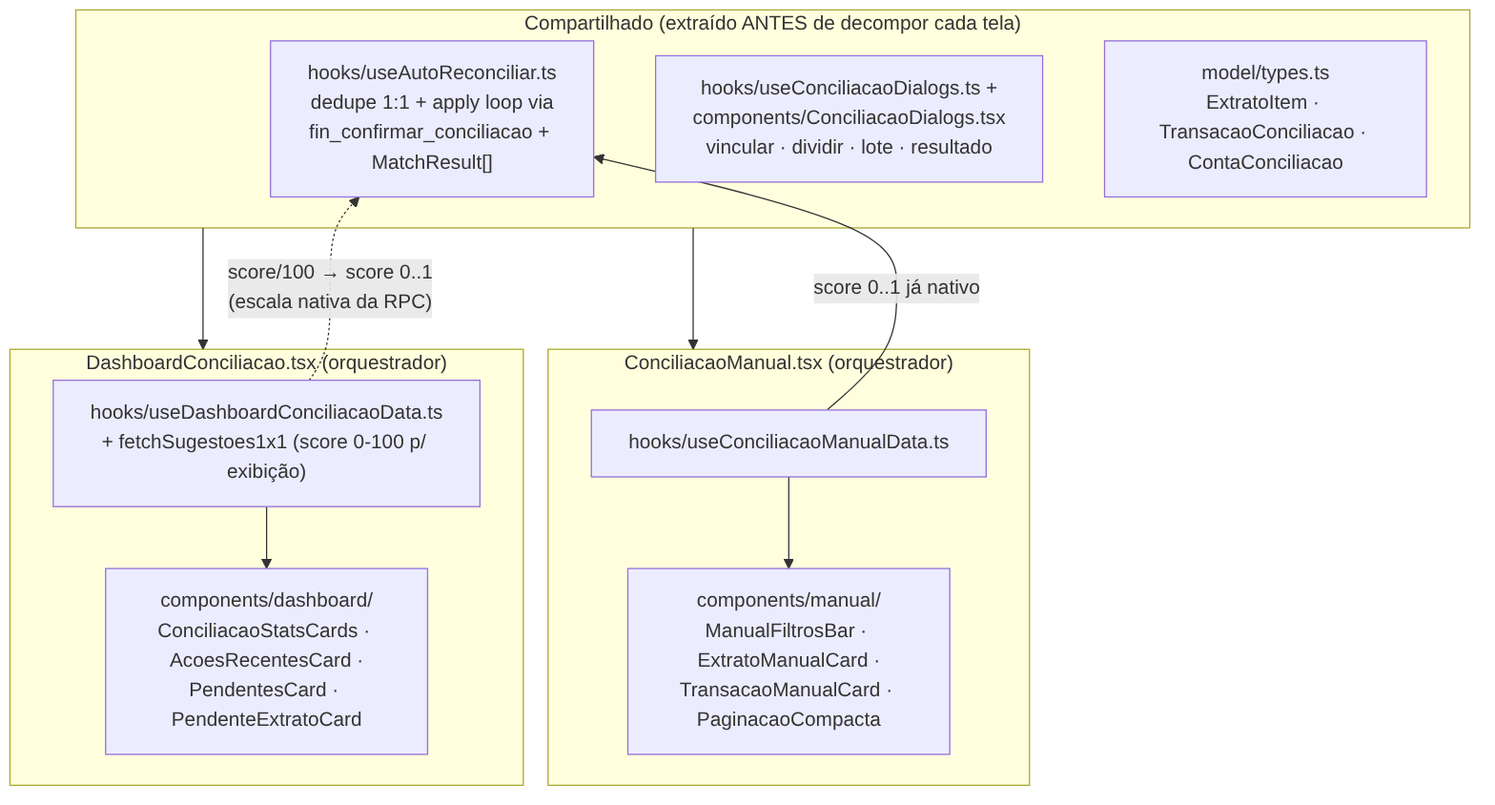
Above: docs/diagramas/exports/fluxo-financeiro_10.png in adrianoapc/igreja-carvalho (Mermaid), before the change. Its source is kept beside it as docs/diagramas/exports/fluxo-financeiro_10.mmd. The source it was exported from:
```mermaid
flowchart TD
    subgraph SHARED["Compartilhado (extraído ANTES de decompor cada tela)"]
        AR["hooks/useAutoReconciliar.ts\ndedupe 1:1 + apply loop via\nfin_confirmar_conciliacao + MatchResult[]"]
        CD["hooks/useConciliacaoDialogs.ts +\ncomponents/ConciliacaoDialogs.tsx\nvincular · dividir · lote · resultado"]
        TY["model/types.ts\nExtratoItem · TransacaoConciliacao · ContaConciliacao"]
    end

    subgraph MANUAL["ConciliacaoManual.tsx (orquestrador)"]
        MD["hooks/useConciliacaoManualData.ts"]
        MF["components/manual/\nManualFiltrosBar · ExtratoManualCard ·\nTransacaoManualCard · PaginacaoCompacta"]
    end

    subgraph DASH["DashboardConciliacao.tsx (orquestrador)"]
        DD["hooks/useDashboardConciliacaoData.ts\n+ fetchSugestoes1x1 (score 0-100 p/ exibição)"]
        DF["components/dashboard/\nConciliacaoStatsCards · AcoesRecentesCard ·\nPendentesCard · PendenteExtratoCard"]
    end

    SHARED --> MANUAL
    SHARED --> DASH
    MD --> MF
    DD --> DF

    DD -."score/100 → score 0..1\n(escala nativa da RPC)".-> AR
    MD -->|"score 0..1 já nativo"| AR
```
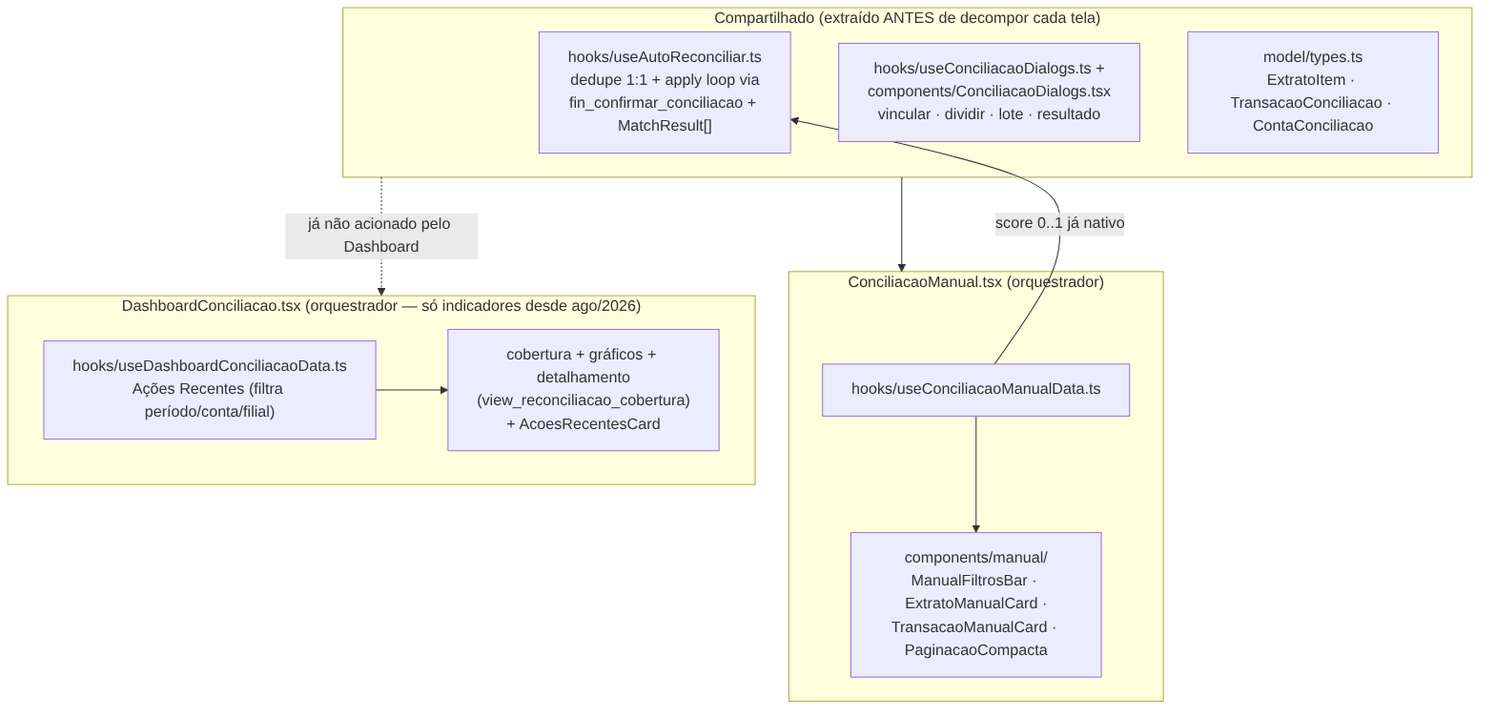
After the commit.

Change to the diagram source:
```diff
@@ -10,15 +10,14 @@
         MF["components/manual/\nManualFiltrosBar · ExtratoManualCard ·\nTransacaoManualCard · PaginacaoCompacta"]
     end
 
-    subgraph DASH["DashboardConciliacao.tsx (orquestrador)"]
-        DD["hooks/useDashboardConciliacaoData.ts\n+ fetchSugestoes1x1 (score 0-100 p/ exibição)"]
-        DF["components/dashboard/\nConciliacaoStatsCards · AcoesRecentesCard ·\nPendentesCard · PendenteExtratoCard"]
+    subgraph DASH["DashboardConciliacao.tsx (orquestrador — só indicadores desde ago/2026)"]
+        DD["hooks/useDashboardConciliacaoData.ts\nAções Recentes (filtra período/conta/filial)"]
+        DF["cobertura + gráficos + detalhamento\n(view_reconciliacao_cobertura)\n+ AcoesRecentesCard"]
     end
 
     SHARED --> MANUAL
-    SHARED --> DASH
+    SHARED -.já não acionado pelo Dashboard.-> DASH
     MD --> MF
     DD --> DF
 
-    DD -."score/100 → score 0..1\n(escala nativa da RPC)".-> AR
     MD -->|"score 0..1 já nativo"| AR
```
